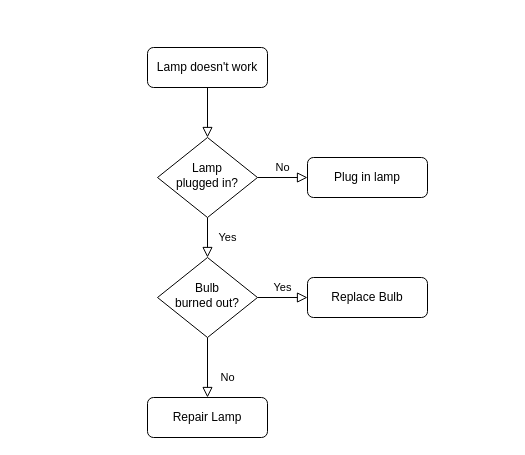
The draw.io diagram Untitled Diagram.drawio in harsh2ai/Baggage-AI, before the edit. Source tidied: cells renumbered, new cells numbered last; positions are measured from the earlier drawing's top-left corner, leaving out a move shared by most shapes. Both pictures are drawn from the tidied source at 100%, with x=0, y=0 at pixel (147, 47).
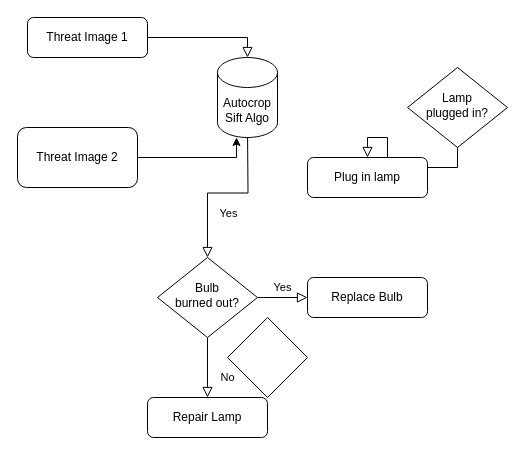
After the change.

The edit, as a diff of the source:
```diff
@@
 <mxGraphModel>
   <root>
     <mxCell id="0" />
     <mxCell id="1" parent="0" />
-    <mxCell id="2" style="rounded=0;html=1;jettySize=auto;fontSize=11;endArrow=block;endFill=0;endSize=8;strokeWidth=1;shadow=0;labelBackgroundColor=none;edgeStyle=orthogonalEdgeStyle;" parent="1" edge="1" source="3" target="6">
+    <mxCell id="2" style="rounded=0;html=1;jettySize=auto;fontSize=11;endArrow=block;endFill=0;endSize=8;strokeWidth=1;shadow=0;labelBackgroundColor=none;edgeStyle=orthogonalEdgeStyle;entryX=0.5;entryY=0;entryDx=0;entryDy=0;entryPerimeter=0;" parent="1" edge="1" source="3" target="16">
       <mxGeometry relative="1" as="geometry" />
     </mxCell>
-    <mxCell id="3" value="Lamp doesn't work" style="rounded=1;whiteSpace=wrap;html=1;fontSize=12;glass=0;strokeWidth=1;shadow=0;" parent="1" vertex="1">
-      <mxGeometry width="120" height="40" as="geometry" />
+    <mxCell id="3" value="Threat Image 1" style="rounded=1;whiteSpace=wrap;html=1;fontSize=12;glass=0;strokeWidth=1;shadow=0;" parent="1" vertex="1">
+      <mxGeometry x="-120" y="-30" width="120" height="40" as="geometry" />
     </mxCell>
-    <mxCell id="4" value="Yes" style="rounded=0;html=1;jettySize=auto;fontSize=11;endArrow=block;endFill=0;endSize=8;strokeWidth=1;shadow=0;labelBackgroundColor=none;edgeStyle=orthogonalEdgeStyle;" parent="1" edge="1" source="6" target="10">
-      <mxGeometry y="20" relative="1" as="geometry" />
+    <mxCell id="4" value="Yes" style="rounded=0;html=1;jettySize=auto;fontSize=11;endArrow=block;endFill=0;endSize=8;strokeWidth=1;shadow=0;labelBackgroundColor=none;edgeStyle=orthogonalEdgeStyle;" parent="1" edge="1" target="10">
+      <mxGeometry y="20" relative="1" as="geometry">
+        <mxPoint x="100" y="80" as="sourcePoint" />
+      </mxGeometry>
     </mxCell>
     <mxCell id="5" value="No" style="edgeStyle=orthogonalEdgeStyle;rounded=0;html=1;jettySize=auto;fontSize=11;endArrow=block;endFill=0;endSize=8;strokeWidth=1;shadow=0;labelBackgroundColor=none;" parent="1" edge="1" source="6" target="7">
       <mxGeometry y="10" relative="1" as="geometry" />
     </mxCell>
     <mxCell id="6" value="Lamp&lt;br&gt;plugged in?" style="rhombus;whiteSpace=wrap;html=1;shadow=0;fontFamily=Helvetica;fontSize=12;align=center;strokeWidth=1;spacing=6;spacingTop=-4;" parent="1" vertex="1">
-      <mxGeometry x="10" y="90" width="100" height="80" as="geometry" />
+      <mxGeometry x="260" y="20" width="100" height="80" as="geometry" />
     </mxCell>
     <mxCell id="7" value="Plug in lamp" style="rounded=1;whiteSpace=wrap;html=1;fontSize=12;glass=0;strokeWidth=1;shadow=0;" parent="1" vertex="1">
       <mxGeometry x="160" y="110" width="120" height="40" as="geometry" />
     </mxCell>
     <mxCell id="8" value="No" style="rounded=0;html=1;jettySize=auto;fontSize=11;endArrow=block;endFill=0;endSize=8;strokeWidth=1;shadow=0;labelBackgroundColor=none;edgeStyle=orthogonalEdgeStyle;" parent="1" edge="1" source="10" target="11">
       <mxGeometry x="0.33" y="20" relative="1" as="geometry" />
     </mxCell>
     <mxCell id="9" value="Yes" style="edgeStyle=orthogonalEdgeStyle;rounded=0;html=1;jettySize=auto;fontSize=11;endArrow=block;endFill=0;endSize=8;strokeWidth=1;shadow=0;labelBackgroundColor=none;" parent="1" edge="1" source="10" target="12">
       <mxGeometry y="10" relative="1" as="geometry" />
     </mxCell>
     <mxCell id="10" value="Bulb&lt;br&gt;burned out?" style="rhombus;whiteSpace=wrap;html=1;shadow=0;fontFamily=Helvetica;fontSize=12;align=center;strokeWidth=1;spacing=6;spacingTop=-4;" parent="1" vertex="1">
       <mxGeometry x="10" y="210" width="100" height="80" as="geometry" />
     </mxCell>
     <mxCell id="11" value="Repair Lamp" style="rounded=1;whiteSpace=wrap;html=1;fontSize=12;glass=0;strokeWidth=1;shadow=0;" parent="1" vertex="1">
       <mxGeometry y="350" width="120" height="40" as="geometry" />
     </mxCell>
     <mxCell id="12" value="Replace Bulb" style="rounded=1;whiteSpace=wrap;html=1;fontSize=12;glass=0;strokeWidth=1;shadow=0;" parent="1" vertex="1">
       <mxGeometry x="160" y="230" width="120" height="40" as="geometry" />
     </mxCell>
+    <mxCell id="13" style="edgeStyle=orthogonalEdgeStyle;rounded=0;jettySize=auto;html=1;exitX=1;exitY=0.5;exitDx=0;exitDy=0;entryX=0.317;entryY=1;entryDx=0;entryDy=0;entryPerimeter=0;" parent="1" edge="1" source="14" target="16">
+      <mxGeometry relative="1" as="geometry" />
+    </mxCell>
+    <mxCell id="14" value="Threat Image 2" style="rounded=1;whiteSpace=wrap;html=1;" parent="1" vertex="1">
+      <mxGeometry x="-130" y="80" width="120" height="60" as="geometry" />
+    </mxCell>
+    <mxCell id="15" style="rhombus;whiteSpace=wrap;html=1;" parent="1" vertex="1">
+      <mxGeometry x="80" y="270" width="80" height="80" as="geometry" />
+    </mxCell>
+    <mxCell id="16" value="Autocrop&lt;br&gt;Sift Algo" style="shape=cylinder3;whiteSpace=wrap;html=1;boundedLbl=1;backgroundOutline=1;size=15;" parent="1" vertex="1">
+      <mxGeometry x="70" y="10" width="60" height="80" as="geometry" />
+    </mxCell>
   </root>
 </mxGraphModel>
```
